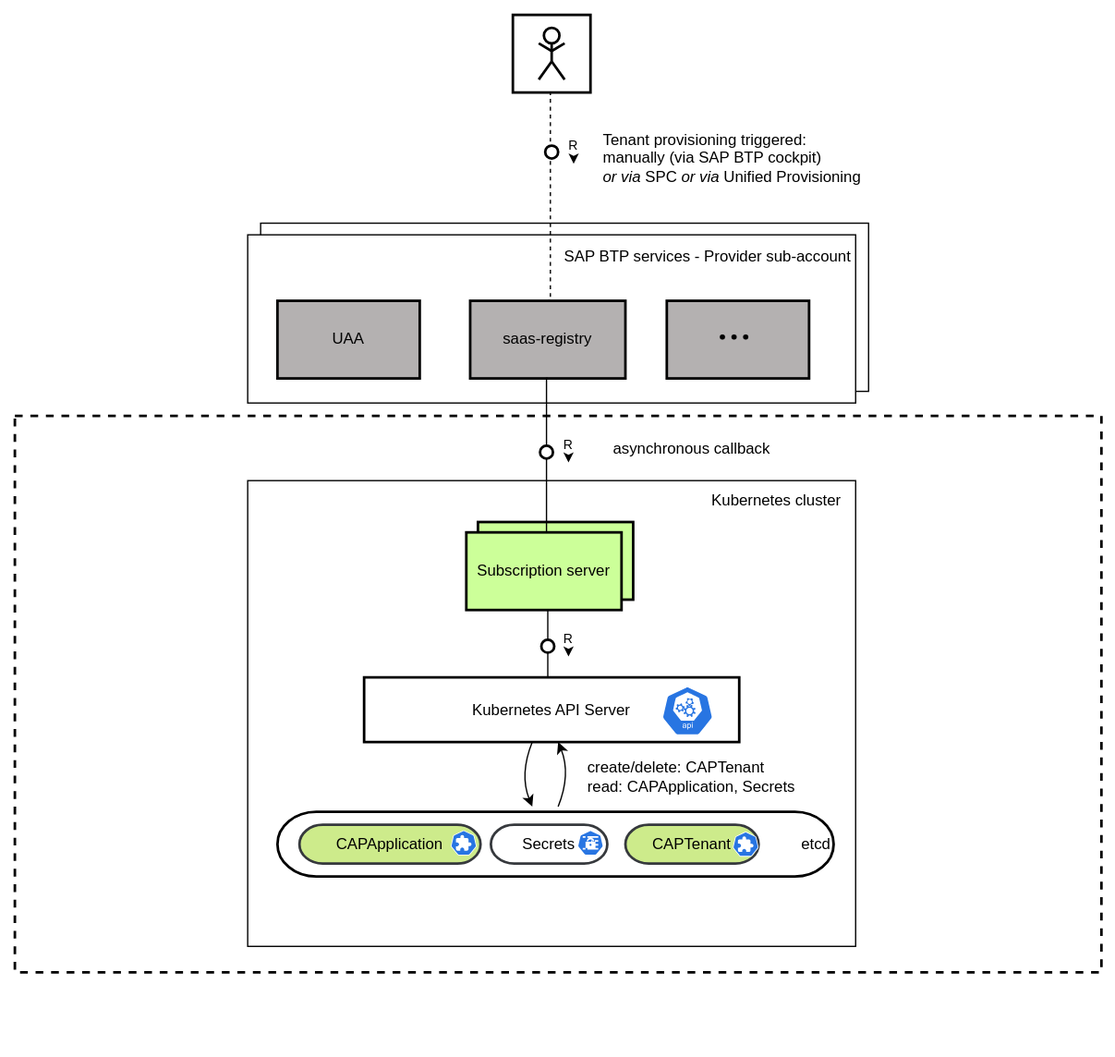
Earlier version of the draw.io export website/static/img/block-subscription.drawio.svg (SAP/cap-operator). Source tidied: cells renumbered, new cells last; positions are measured from the earlier drawing's top-left corner, leaving out a move shared by most shapes. The source it was exported from:
```xml
<mxGraphModel background="#FFFFFF">
  <root>
    <mxCell id="0" />
    <mxCell id="1" parent="0" />
    <mxCell id="2" style="rounded=0;whiteSpace=wrap;html=1;strokeWidth=2;dashed=1;" parent="1" vertex="1">
      <mxGeometry y="310" width="840" height="430" as="geometry" />
    </mxCell>
    <mxCell id="3" style="rounded=0;whiteSpace=wrap;html=1;" parent="1" vertex="1">
      <mxGeometry x="180" y="360" width="470" height="360" as="geometry" />
    </mxCell>
    <mxCell id="4" value="Subscription server" style="rounded=0;whiteSpace=wrap;html=1;strokeWidth=2;shadow=0;fillColor=#ccff99;" parent="1" vertex="1">
      <mxGeometry x="358" y="392" width="120" height="60" as="geometry" />
    </mxCell>
    <mxCell id="5" value="Subscription server" style="rounded=0;whiteSpace=wrap;html=1;strokeWidth=2;shadow=0;fillColor=#CCFF99;" parent="1" vertex="1">
      <mxGeometry x="349" y="400" width="120" height="60" as="geometry" />
    </mxCell>
    <mxCell id="6" value="Kubernetes cluster" style="text;html=1;strokeColor=none;fillColor=none;align=center;verticalAlign=middle;whiteSpace=wrap;rounded=0;" parent="1" vertex="1">
      <mxGeometry x="520" y="361" width="138" height="30" as="geometry" />
    </mxCell>
    <mxCell id="7" value="Kubernetes API Server" style="shape=agent;offsetSize=8;strokeWidth=2;" parent="1" vertex="1">
      <mxGeometry x="270" y="512" width="290" height="50" as="geometry" />
    </mxCell>
    <mxCell id="8" value="etcd&amp;nbsp; &amp;nbsp; &amp;nbsp;" style="rounded=1;whiteSpace=wrap;html=1;arcSize=60;strokeWidth=2;align=right;" parent="1" vertex="1">
      <mxGeometry x="203" y="616" width="430" height="50" as="geometry" />
    </mxCell>
    <mxCell id="9" value="CAPTenant" style="rounded=1;whiteSpace=wrap;html=1;arcSize=60;strokeWidth=2;fillColor=#cdeb8b;strokeColor=#36393d;" parent="1" vertex="1">
      <mxGeometry x="472" y="626" width="103" height="30" as="geometry" />
    </mxCell>
    <mxCell id="10" value="CAPApplication" style="rounded=1;whiteSpace=wrap;html=1;arcSize=60;strokeWidth=2;fillColor=#cdeb8b;strokeColor=#36393d;" parent="1" vertex="1">
      <mxGeometry x="220" y="626" width="140" height="30" as="geometry" />
    </mxCell>
    <mxCell id="11" value="Secrets" style="rounded=1;whiteSpace=wrap;html=1;arcSize=60;strokeWidth=2;fillColor=none;strokeColor=#36393d;" parent="1" vertex="1">
      <mxGeometry x="368" y="626" width="90" height="30" as="geometry" />
    </mxCell>
    <mxCell id="12" style="sketch=0;html=1;dashed=0;whitespace=wrap;fillColor=#2875E2;strokeColor=#ffffff;verticalLabelPosition=bottom;align=center;verticalAlign=top;shape=mxgraph.kubernetes.icon;prIcon=api;strokeWidth=2;" parent="1" vertex="1">
      <mxGeometry x="500" y="514" width="40" height="48" as="geometry" />
    </mxCell>
    <mxCell id="13" style="sketch=0;html=1;dashed=0;whitespace=wrap;fillColor=#2875E2;strokeColor=#ffffff;verticalLabelPosition=bottom;align=center;verticalAlign=top;shape=mxgraph.kubernetes.icon;prIcon=secret;strokeWidth=2;" parent="1" vertex="1">
      <mxGeometry x="435" y="626" width="20" height="28" as="geometry" />
    </mxCell>
    <mxCell id="14" style="sketch=0;html=1;dashed=0;whitespace=wrap;fillColor=#2875E2;strokeColor=#ffffff;verticalLabelPosition=bottom;align=center;verticalAlign=top;shape=mxgraph.kubernetes.icon;prIcon=crd;strokeWidth=2;" parent="1" vertex="1">
      <mxGeometry x="337" y="630" width="20" height="20" as="geometry" />
    </mxCell>
    <mxCell id="15" style="sketch=0;html=1;dashed=0;whitespace=wrap;fillColor=#2875E2;strokeColor=#ffffff;verticalLabelPosition=bottom;align=center;verticalAlign=top;shape=mxgraph.kubernetes.icon;prIcon=crd;strokeWidth=2;" parent="1" vertex="1">
      <mxGeometry x="555" y="631" width="20" height="20" as="geometry" />
    </mxCell>
    <mxCell id="16" style="group;fillColor=none;" parent="1" vertex="1">
      <mxGeometry x="390" y="562" width="40" height="50" as="geometry" />
    </mxCell>
    <mxCell id="17" style="edgeStyle=none;curved=1;html=1;startArrow=classic;startFill=1;endArrow=none;endFill=0;jettySize=auto;orthogonalLoop=1;rounded=0;" parent="16" edge="1">
      <mxGeometry relative="1" as="geometry">
        <mxPoint x="30" as="sourcePoint" />
        <mxPoint x="30" y="50" as="targetPoint" />
        <Array as="points">
          <mxPoint x="40" y="25" />
        </Array>
      </mxGeometry>
    </mxCell>
    <mxCell id="18" style="edgeStyle=none;curved=1;html=1;startArrow=none;startFill=0;endArrow=classic;endFill=1;jettySize=auto;orthogonalLoop=1;rounded=0;" parent="16" edge="1">
      <mxGeometry relative="1" as="geometry">
        <mxPoint x="10" as="sourcePoint" />
        <mxPoint x="10" y="50" as="targetPoint" />
        <Array as="points">
          <mxPoint y="25" />
        </Array>
      </mxGeometry>
    </mxCell>
    <mxCell id="19" style="edgeStyle=orthogonalEdgeStyle;rounded=0;orthogonalLoop=1;jettySize=auto;html=1;exitX=0.5;exitY=1;exitDx=0;exitDy=0;" parent="1" edge="1">
      <mxGeometry relative="1" as="geometry">
        <mxPoint x="430" y="706" as="sourcePoint" />
        <mxPoint x="430" y="706" as="targetPoint" />
      </mxGeometry>
    </mxCell>
    <mxCell id="20" style="edgeStyle=elbowEdgeStyle;elbow=horizontal;startArrow=none;endArrow=none;html=1;endFill=0;align=center;labelBackgroundColor=none;rounded=0;shadow=0;sketch=0;entryX=0.5;entryY=0;entryDx=0;entryDy=0;exitX=0.5;exitY=1;exitDx=0;exitDy=0;" parent="1" edge="1" source="5" target="7">
      <mxGeometry relative="1" as="geometry">
        <mxPoint x="10" as="offset" />
      </mxGeometry>
    </mxCell>
    <mxCell id="21" style="ellipse;whiteSpace=wrap;html=1;strokeWidth=2;shadow=0;glass=0;" parent="20" vertex="1">
      <mxGeometry width="10" height="10" relative="1" as="geometry">
        <mxPoint x="-5" y="-3" as="offset" />
      </mxGeometry>
    </mxCell>
    <mxCell id="22" style="shape=(stored shape, 368 characters);whiteSpace=wrap;html=1;rotation=0;shadow=0;glass=0;" parent="20" vertex="1">
      <mxGeometry width="20" height="20" relative="1" as="geometry">
        <mxPoint x="6" y="-8" as="offset" />
      </mxGeometry>
    </mxCell>
    <mxCell id="23" value="5" style="rounded=0;whiteSpace=wrap;html=1;strokeWidth=1;shadow=0;glass=0;fillColor=default;" parent="1" vertex="1">
      <mxGeometry x="190" y="161" width="470" height="130" as="geometry" />
    </mxCell>
    <mxCell id="24" value="create/delete: CAPTenant&lt;br&gt;read: CAPApplication, Secrets" style="text;html=1;strokeColor=none;fillColor=none;align=left;verticalAlign=middle;whiteSpace=wrap;rounded=0;" parent="1" vertex="1">
      <mxGeometry x="441" y="574" width="170" height="30" as="geometry" />
    </mxCell>
    <mxCell id="25" style="rounded=0;whiteSpace=wrap;html=1;strokeWidth=1;shadow=0;glass=0;fillColor=default;gradientColor=none;" parent="1" vertex="1">
      <mxGeometry x="180" y="170" width="470" height="130" as="geometry" />
    </mxCell>
    <mxCell id="26" value="saas-registry" style="rounded=0;whiteSpace=wrap;html=1;strokeWidth=2;shadow=0;glass=0;fillColor=#b4b1b1;" parent="1" vertex="1">
      <mxGeometry x="352" y="221" width="120" height="60" as="geometry" />
    </mxCell>
    <mxCell id="27" value="SAP BTP services - Provider sub-account" style="text;html=1;strokeColor=none;fillColor=none;align=left;verticalAlign=middle;whiteSpace=wrap;rounded=0;" parent="1" vertex="1">
      <mxGeometry x="423" y="172" width="224" height="30" as="geometry" />
    </mxCell>
    <mxCell id="28" style="edgeStyle=elbowEdgeStyle;elbow=horizontal;startArrow=none;endArrow=none;html=1;endFill=0;align=center;labelBackgroundColor=none;rounded=0;shadow=0;sketch=0;exitX=0.5;exitY=1;exitDx=0;exitDy=0;entryX=0.5;entryY=0;entryDx=0;entryDy=0;" parent="1" edge="1" source="26">
      <mxGeometry relative="1" as="geometry">
        <mxPoint x="410" y="400" as="targetPoint" />
        <mxPoint x="10" as="offset" />
      </mxGeometry>
    </mxCell>
    <mxCell id="29" style="ellipse;whiteSpace=wrap;html=1;strokeWidth=2;shadow=0;glass=0;" parent="28" vertex="1">
      <mxGeometry width="10" height="10" relative="1" as="geometry">
        <mxPoint x="-5" y="-8" as="offset" />
      </mxGeometry>
    </mxCell>
    <mxCell id="30" style="shape=(stored shape, 368 characters);whiteSpace=wrap;html=1;rotation=0;shadow=0;glass=0;strokeWidth=1;" parent="28" vertex="1">
      <mxGeometry width="20" height="20" relative="1" as="geometry">
        <mxPoint x="7" y="-13" as="offset" />
      </mxGeometry>
    </mxCell>
    <mxCell id="31" style="rounded=0;whiteSpace=wrap;html=1;strokeWidth=2;shadow=0;glass=0;fillColor=#b4b1b1;" parent="1" vertex="1">
      <mxGeometry x="504" y="221" width="110" height="60" as="geometry" />
    </mxCell>
    <mxCell id="32" value="asynchronous callback" style="text;html=1;strokeColor=none;fillColor=none;align=center;verticalAlign=middle;whiteSpace=wrap;rounded=0;" parent="1" vertex="1">
      <mxGeometry x="441" y="321" width="165" height="30" as="geometry" />
    </mxCell>
    <mxCell id="33" style="group;fillColor=none;shadow=0;glass=0;strokeWidth=1;" parent="1" vertex="1">
      <mxGeometry x="541" y="234" width="30" height="30" as="geometry" />
    </mxCell>
    <mxCell id="34" style="ellipse;whiteSpace=wrap;html=1;fillColor=#000000;strokeWidth=0;shadow=0;glass=0;" parent="33" vertex="1">
      <mxGeometry x="4" y="13" width="4" height="4" as="geometry" />
    </mxCell>
    <mxCell id="35" style="ellipse;whiteSpace=wrap;html=1;fillColor=#000000;strokeWidth=0;shadow=0;glass=0;" parent="33" vertex="1">
      <mxGeometry x="13" y="13" width="4" height="4" as="geometry" />
    </mxCell>
    <mxCell id="36" style="ellipse;whiteSpace=wrap;html=1;fillColor=#000000;strokeWidth=0;shadow=0;glass=0;" parent="33" vertex="1">
      <mxGeometry x="22" y="13" width="4" height="4" as="geometry" />
    </mxCell>
    <mxCell id="37" style="rounded=0;whiteSpace=wrap;html=1;strokeWidth=2;verticalAlign=bottom;align=center;shadow=0;glass=0;" parent="1" vertex="1">
      <mxGeometry x="385" width="60" height="60" as="geometry" />
    </mxCell>
    <mxCell id="38" style="group;strokeWidth=2;fillColor=none;shadow=0;glass=0;" parent="37" vertex="1">
      <mxGeometry width="20" height="40" relative="1" as="geometry">
        <mxPoint x="20" y="10" as="offset" />
      </mxGeometry>
    </mxCell>
    <mxCell id="39" style="ellipse;strokeWidth=2;whiteSpace=wrap;html=1;shadow=0;glass=0;" parent="38" vertex="1">
      <mxGeometry x="4" width="12" height="12" as="geometry" />
    </mxCell>
    <mxCell id="40" style="edgeStyle=none;strokeWidth=2;html=1;startArrow=none;startFill=0;endArrow=none;endFill=0;jettySize=auto;orthogonalLoop=1;rounded=0;shadow=0;sketch=0;" parent="38" edge="1">
      <mxGeometry as="geometry">
        <mxPoint x="10" y="12" as="sourcePoint" />
        <mxPoint x="10" y="26" as="targetPoint" />
      </mxGeometry>
    </mxCell>
    <mxCell id="41" style="edgeStyle=none;strokeWidth=2;html=1;startArrow=none;startFill=0;endArrow=none;endFill=0;jettySize=auto;orthogonalLoop=1;rounded=0;shadow=0;sketch=0;" parent="38" edge="1">
      <mxGeometry as="geometry">
        <mxPoint x="10" y="18" as="sourcePoint" />
        <mxPoint x="20" y="12" as="targetPoint" />
      </mxGeometry>
    </mxCell>
    <mxCell id="42" style="edgeStyle=none;strokeWidth=2;html=1;startArrow=none;startFill=0;endArrow=none;endFill=0;jettySize=auto;orthogonalLoop=1;rounded=0;shadow=0;sketch=0;" parent="38" edge="1">
      <mxGeometry as="geometry">
        <mxPoint x="10" y="18" as="sourcePoint" />
        <mxPoint y="12" as="targetPoint" />
      </mxGeometry>
    </mxCell>
    <mxCell id="43" style="edgeStyle=none;strokeWidth=2;html=1;startArrow=none;startFill=0;endArrow=none;endFill=0;jettySize=auto;orthogonalLoop=1;rounded=0;shadow=0;sketch=0;" parent="38" edge="1">
      <mxGeometry as="geometry">
        <mxPoint x="10" y="26" as="sourcePoint" />
        <mxPoint y="40" as="targetPoint" />
      </mxGeometry>
    </mxCell>
    <mxCell id="44" style="edgeStyle=none;strokeWidth=2;html=1;startArrow=none;startFill=0;endArrow=none;endFill=0;jettySize=auto;orthogonalLoop=1;rounded=0;shadow=0;sketch=0;" parent="38" edge="1">
      <mxGeometry as="geometry">
        <mxPoint x="10" y="26" as="sourcePoint" />
        <mxPoint x="20" y="40" as="targetPoint" />
      </mxGeometry>
    </mxCell>
    <mxCell id="45" style="edgeStyle=elbowEdgeStyle;elbow=horizontal;startArrow=none;endArrow=none;html=1;endFill=0;align=center;labelBackgroundColor=none;rounded=0;shadow=0;sketch=0;exitX=0.5;exitY=1;exitDx=0;exitDy=0;entryX=0.5;entryY=0;entryDx=0;entryDy=0;dashed=1;" parent="1" edge="1" source="37" target="26">
      <mxGeometry relative="1" as="geometry">
        <mxPoint x="10" as="offset" />
      </mxGeometry>
    </mxCell>
    <mxCell id="46" style="ellipse;whiteSpace=wrap;html=1;strokeWidth=2;shadow=0;glass=0;" parent="45" vertex="1">
      <mxGeometry width="10" height="10" relative="1" as="geometry">
        <mxPoint x="-4" y="-40" as="offset" />
      </mxGeometry>
    </mxCell>
    <mxCell id="47" style="shape=(stored shape, 368 characters);whiteSpace=wrap;html=1;rotation=0;shadow=0;glass=0;strokeWidth=1;" parent="45" vertex="1">
      <mxGeometry width="20" height="20" relative="1" as="geometry">
        <mxPoint x="8" y="-44" as="offset" />
      </mxGeometry>
    </mxCell>
    <mxCell id="48" value="UAA" style="rounded=0;whiteSpace=wrap;html=1;strokeWidth=2;shadow=0;glass=0;fillColor=#b4b1b1;" parent="1" vertex="1">
      <mxGeometry x="203" y="221" width="110" height="60" as="geometry" />
    </mxCell>
    <mxCell id="49" value="Tenant provisioning triggered:&lt;br&gt;manually (via SAP BTP cockpit)&lt;br&gt;&lt;i&gt;or via&amp;nbsp;&lt;/i&gt;SPC &lt;i&gt;or via&amp;nbsp;&lt;/i&gt;Unified Provisioning" style="text;html=1;strokeColor=none;fillColor=none;align=left;verticalAlign=middle;whiteSpace=wrap;rounded=0;" parent="1" vertex="1">
      <mxGeometry x="453" y="76" width="209" height="70" as="geometry" />
    </mxCell>
    <mxCell id="50" value="Best viewed with the &lt;a href=&quot;https://github.com/ariel-bentu/tam-drawio&quot;&gt;TAM plugin&lt;/a&gt;" style="text;html=1;shape=tamPluginMissing;" parent="1" vertex="1">
      <mxGeometry x="320" y="770" width="200" height="25" as="geometry" />
    </mxCell>
  </root>
</mxGraphModel>
```
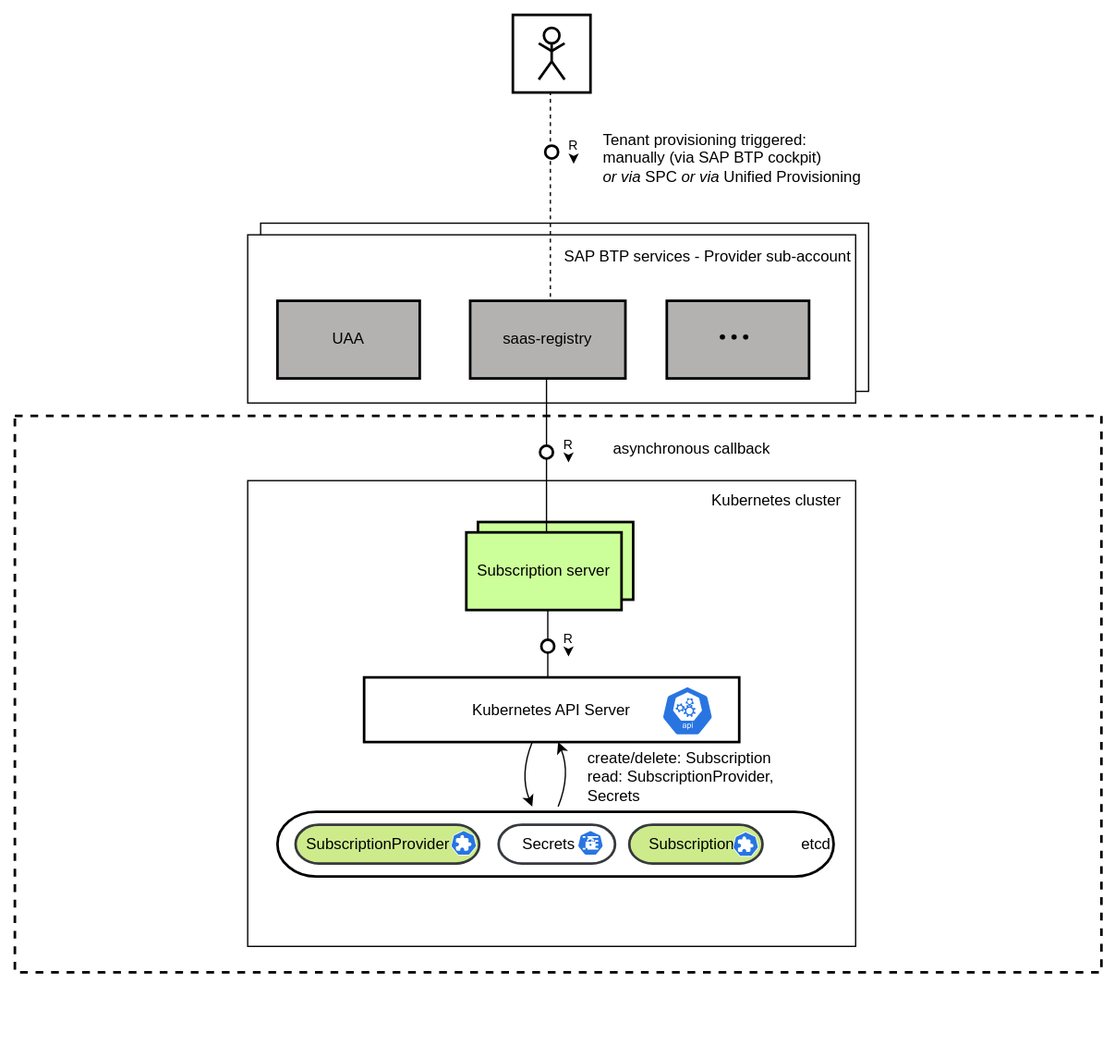
After the commit.

Change to the diagram source:
```diff
@@ -21,9 +21,9 @@
       <mxGeometry x="270" y="512" width="290" height="50" as="geometry" />
     </mxCell>
     <mxCell id="8" value="etcd&amp;nbsp; &amp;nbsp; &amp;nbsp;" style="rounded=1;whiteSpace=wrap;html=1;arcSize=60;strokeWidth=2;align=right;" parent="1" vertex="1">
-      <mxGeometry x="203" y="616" width="430" height="50" as="geometry" />
+      <mxGeometry x="203" y="616" width="430" height="90" as="geometry" />
     </mxCell>
-    <mxCell id="9" value="CAPTenant" style="rounded=1;whiteSpace=wrap;html=1;arcSize=60;strokeWidth=2;fillColor=#cdeb8b;strokeColor=#36393d;" parent="1" vertex="1">
+    <mxCell id="9" value="Subscription" style="rounded=1;whiteSpace=wrap;html=1;arcSize=60;strokeWidth=2;fillColor=#cdeb8b;strokeColor=#36393d;" parent="1" vertex="1">
       <mxGeometry x="472" y="626" width="103" height="30" as="geometry" />
     </mxCell>
     <mxCell id="10" value="CAPApplication" style="rounded=1;whiteSpace=wrap;html=1;arcSize=60;strokeWidth=2;fillColor=#cdeb8b;strokeColor=#36393d;" parent="1" vertex="1">
@@ -89,7 +89,7 @@
     <mxCell id="23" value="5" style="rounded=0;whiteSpace=wrap;html=1;strokeWidth=1;shadow=0;glass=0;fillColor=default;" parent="1" vertex="1">
       <mxGeometry x="190" y="161" width="470" height="130" as="geometry" />
     </mxCell>
-    <mxCell id="24" value="create/delete: CAPTenant&lt;br&gt;read: CAPApplication, Secrets" style="text;html=1;strokeColor=none;fillColor=none;align=left;verticalAlign=middle;whiteSpace=wrap;rounded=0;" parent="1" vertex="1">
+    <mxCell id="24" value="create/delete: Subscription&lt;br&gt;read: CAPApplication, SubscriptionProvider, Secrets" style="text;html=1;strokeColor=none;fillColor=none;align=left;verticalAlign=middle;whiteSpace=wrap;rounded=0;" parent="1" vertex="1">
       <mxGeometry x="441" y="574" width="170" height="30" as="geometry" />
     </mxCell>
     <mxCell id="25" style="rounded=0;whiteSpace=wrap;html=1;strokeWidth=1;shadow=0;glass=0;fillColor=default;gradientColor=none;" parent="1" vertex="1">
@@ -200,5 +200,8 @@
     <mxCell id="50" value="Best viewed with the &lt;a href=&quot;https://github.com/ariel-bentu/tam-drawio&quot;&gt;TAM plugin&lt;/a&gt;" style="text;html=1;shape=tamPluginMissing;" parent="1" vertex="1">
       <mxGeometry x="320" y="770" width="200" height="25" as="geometry" />
     </mxCell>
+    <mxCell id="51" value="SubscriptionProvider" style="rounded=1;whiteSpace=wrap;html=1;arcSize=60;strokeWidth=2;fillColor=#cdeb8b;strokeColor=#36393d;" parent="1" vertex="1">
+      <mxGeometry x="259" y="666" width="160" height="30" as="geometry" />
+    </mxCell>
   </root>
 </mxGraphModel>
```
